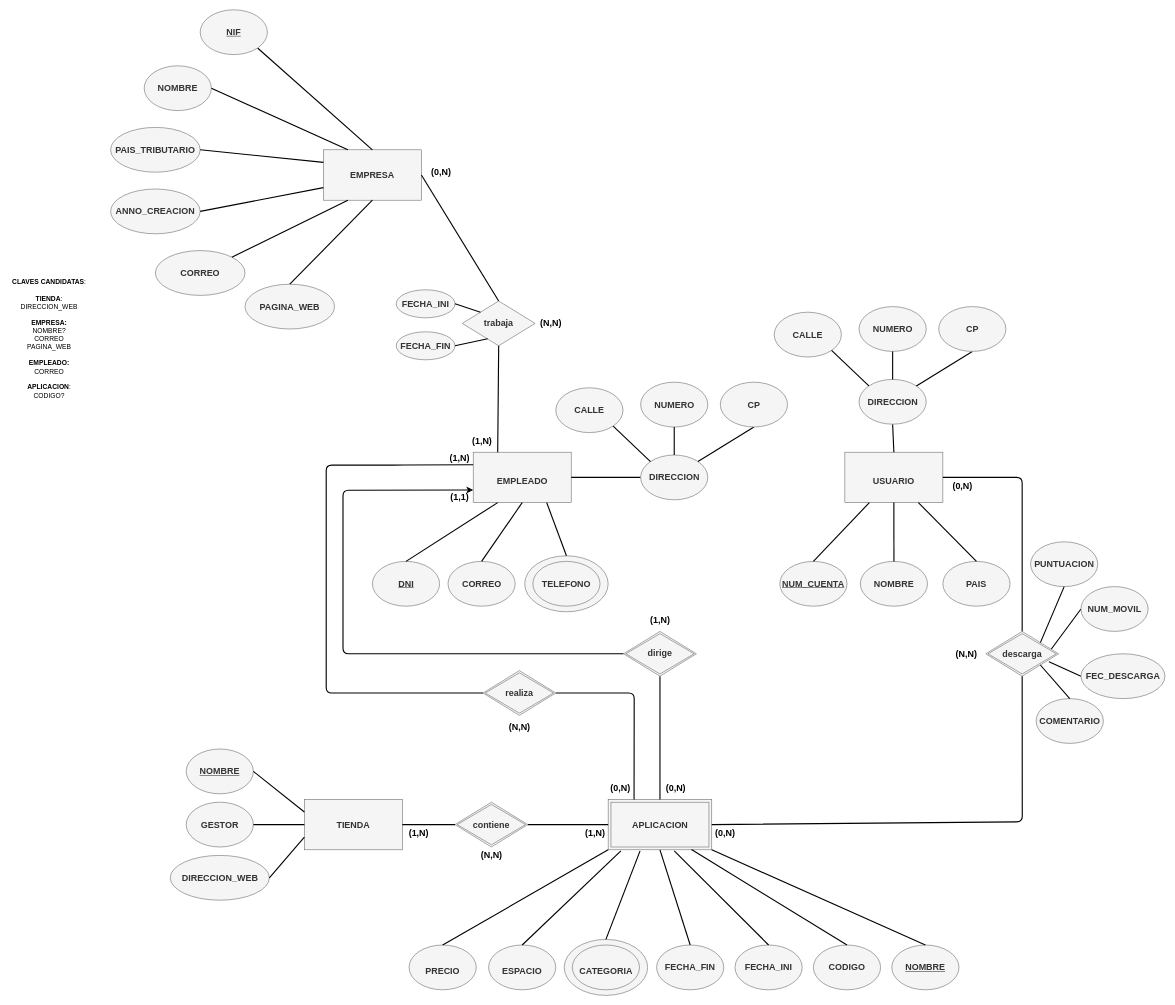
This is DiagramaEntidadRelacion.drawio from AlbertoUAH/Bases-de-datos-SQL, a draw.io file, before an edit. Source tidied: cells renumbered, new cells numbered last; positions are measured from the earlier drawing's top-left corner, leaving out a move shared by most shapes. Both pictures are drawn from the tidied source at 56%, with x=0, y=0 at pixel (10, 10).
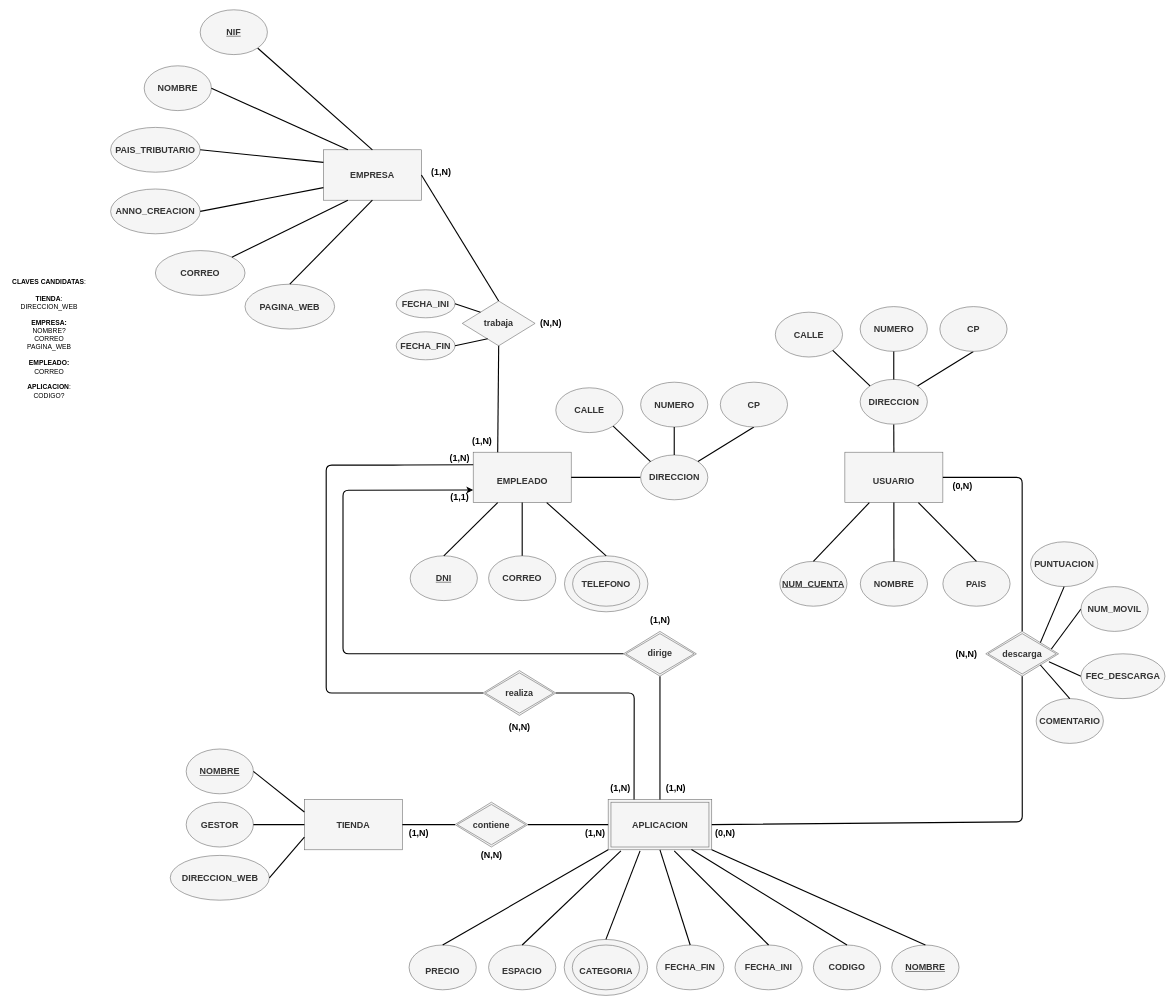
After the change.

Commit message (it also covers changes not shown here):
Cambios diagramas E-R y Relacional + Script SQL (Base de datos + tablas)

The edit, as a diff of the source:
```diff
@@
     <mxCell id="37" style="ellipse;whiteSpace=wrap;html=1;fillColor=#f5f5f5;strokeColor=#666666;fontColor=#333333;fontStyle=0;" parent="1" vertex="1">
-      <mxGeometry x="919.5" y="975" width="149" height="100" as="geometry" />
+      <mxGeometry x="990.5" y="975" width="149" height="100" as="geometry" />
     </mxCell>
@@
     <mxCell id="40" value="&lt;font style=&quot;font-size: 16px&quot;&gt;&lt;span&gt;&lt;b&gt;DNI&lt;/b&gt;&lt;/span&gt;&lt;/font&gt;" style="ellipse;whiteSpace=wrap;html=1;fillColor=#f5f5f5;strokeColor=#666666;fontColor=#333333;fontStyle=4;" parent="1" vertex="1">
-      <mxGeometry x="647.5" y="985" width="120" height="80" as="geometry" />
+      <mxGeometry x="715" y="975" width="120" height="80" as="geometry" />
     </mxCell>
     <mxCell id="41" value="&lt;font style=&quot;font-size: 16px&quot;&gt;&lt;span&gt;&lt;b&gt;CORREO&lt;/b&gt;&lt;/span&gt;&lt;/font&gt;" style="ellipse;whiteSpace=wrap;html=1;fillColor=#f5f5f5;strokeColor=#666666;fontColor=#333333;fontStyle=0;" parent="1" vertex="1">
-      <mxGeometry x="782.5" y="985" width="120" height="80" as="geometry" />
+      <mxGeometry x="855" y="975" width="120" height="80" as="geometry" />
     </mxCell>
     <mxCell id="42" value="&lt;font style=&quot;font-size: 16px&quot;&gt;&lt;span&gt;&lt;b&gt;TELEFONO&lt;/b&gt;&lt;/span&gt;&lt;/font&gt;" style="ellipse;whiteSpace=wrap;html=1;fillColor=#f5f5f5;strokeColor=#666666;fontColor=#333333;fontStyle=0;" parent="1" vertex="1">
-      <mxGeometry x="934" y="985" width="120" height="80" as="geometry" />
+      <mxGeometry x="1005" y="985" width="120" height="80" as="geometry" />
     </mxCell>
@@
-    <mxCell id="53" value="(0,N)" style="text;html=1;align=center;verticalAlign=middle;fontStyle=1;fontSize=16;" parent="1" vertex="1">
+    <mxCell id="53" value="(1,N)" style="text;html=1;align=center;verticalAlign=middle;fontStyle=1;fontSize=16;" parent="1" vertex="1">
       <mxGeometry x="745" y="280" width="50" height="20" as="geometry" />
     </mxCell>
@@
-    <mxCell id="69" value="(0,N)" style="text;html=1;align=center;verticalAlign=middle;fontStyle=1;fontSize=16;" parent="1" vertex="1">
+    <mxCell id="69" value="(1,N)" style="text;html=1;align=center;verticalAlign=middle;fontStyle=1;fontSize=16;" parent="1" vertex="1">
       <mxGeometry x="1065" y="1380" width="50" height="20" as="geometry" />
     </mxCell>
@@
-    <mxCell id="72" value="(0,N)" style="text;html=1;align=center;verticalAlign=middle;fontStyle=1;fontSize=16;" parent="1" vertex="1">
+    <mxCell id="72" value="(1,N)" style="text;html=1;align=center;verticalAlign=middle;fontStyle=1;fontSize=16;" parent="1" vertex="1">
       <mxGeometry x="1163.5" y="1380" width="50" height="20" as="geometry" />
     </mxCell>
@@
     <mxCell id="105" value="&lt;font style=&quot;font-size: 16px&quot;&gt;&lt;span&gt;&lt;b&gt;CALLE&lt;/b&gt;&lt;br&gt;&lt;/span&gt;&lt;/font&gt;" style="ellipse;whiteSpace=wrap;html=1;fillColor=#f5f5f5;strokeColor=#666666;fontColor=#333333;fontStyle=0;" parent="1" vertex="1">
-      <mxGeometry x="1365" y="540" width="120" height="80" as="geometry" />
+      <mxGeometry x="1367" y="540" width="120" height="80" as="geometry" />
     </mxCell>
     <mxCell id="106" value="&lt;font style=&quot;font-size: 16px&quot;&gt;&lt;span&gt;&lt;b&gt;NUMERO&lt;/b&gt;&lt;br&gt;&lt;/span&gt;&lt;/font&gt;" style="ellipse;whiteSpace=wrap;html=1;fillColor=#f5f5f5;strokeColor=#666666;fontColor=#333333;fontStyle=0;" parent="1" vertex="1">
-      <mxGeometry x="1516.5" y="530" width="120" height="80" as="geometry" />
+      <mxGeometry x="1518.5" y="530" width="120" height="80" as="geometry" />
     </mxCell>
     <mxCell id="107" value="&lt;font style=&quot;font-size: 16px&quot;&gt;&lt;span&gt;&lt;b&gt;DIRECCION&lt;/b&gt;&lt;br&gt;&lt;/span&gt;&lt;/font&gt;" style="ellipse;whiteSpace=wrap;html=1;fillColor=#f5f5f5;strokeColor=#666666;fontColor=#333333;fontStyle=0;" parent="1" vertex="1">
-      <mxGeometry x="1516.5" y="660" width="120" height="80" as="geometry" />
+      <mxGeometry x="1518.5" y="660" width="120" height="80" as="geometry" />
     </mxCell>
@@
     <mxCell id="111" value="&lt;font style=&quot;font-size: 16px&quot;&gt;&lt;span&gt;&lt;b&gt;CP&lt;/b&gt;&lt;br&gt;&lt;/span&gt;&lt;/font&gt;" style="ellipse;whiteSpace=wrap;html=1;fillColor=#f5f5f5;strokeColor=#666666;fontColor=#333333;fontStyle=0;" parent="1" vertex="1">
-      <mxGeometry x="1658.8" y="530" width="120" height="80" as="geometry" />
+      <mxGeometry x="1660.8" y="530" width="120" height="80" as="geometry" />
     </mxCell>
```
